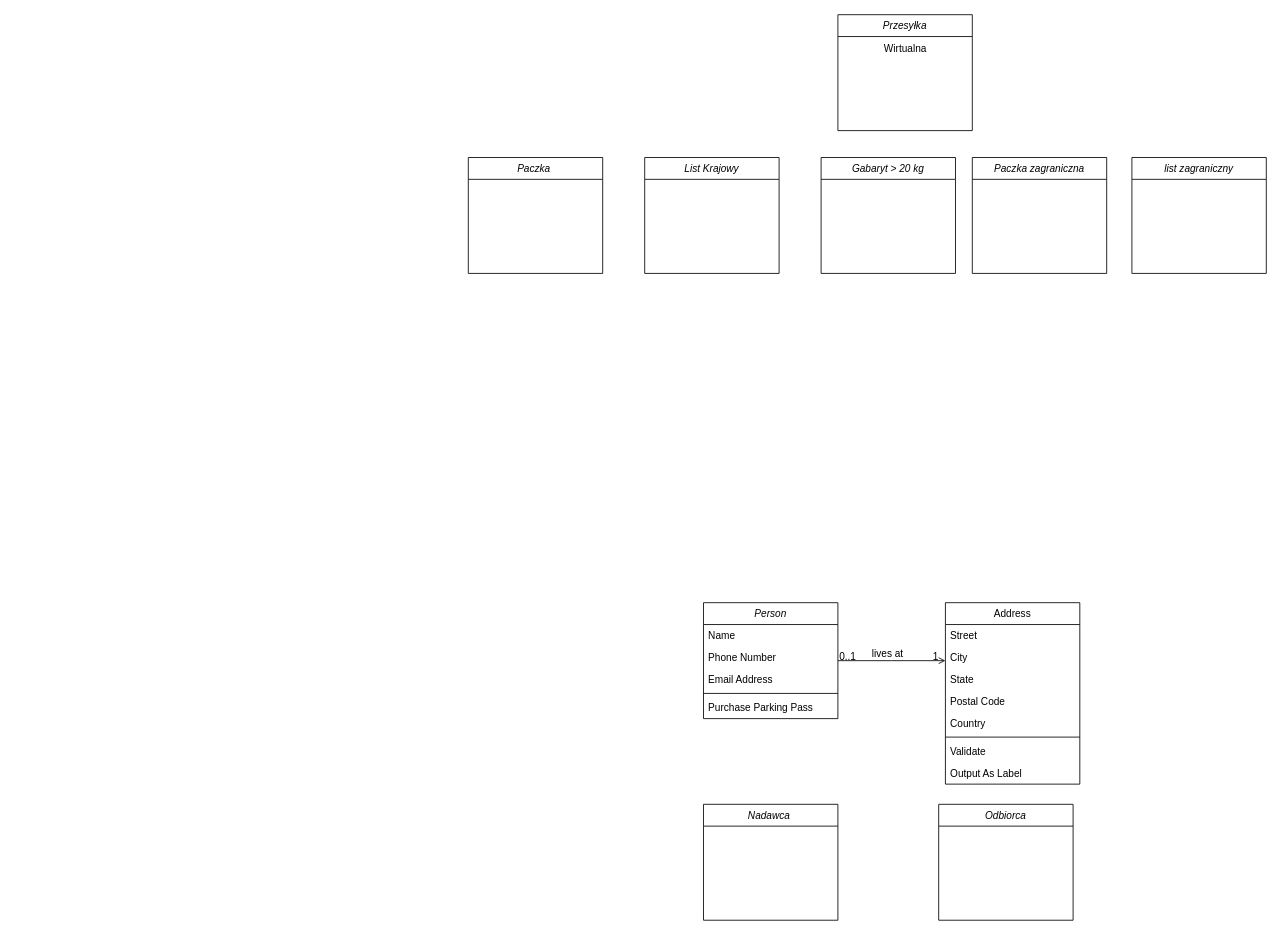
Q4tym/Projekt-PSiO keeps this draw.io diagram as UML.drawio. Above is the earlier version. Source tidied: cells renumbered, new cells numbered last; positions are measured from the earlier drawing's top-left corner, leaving out a move shared by most shapes. Both pictures are drawn from the tidied source at 84%, with x=0, y=0 at pixel (468, 14).
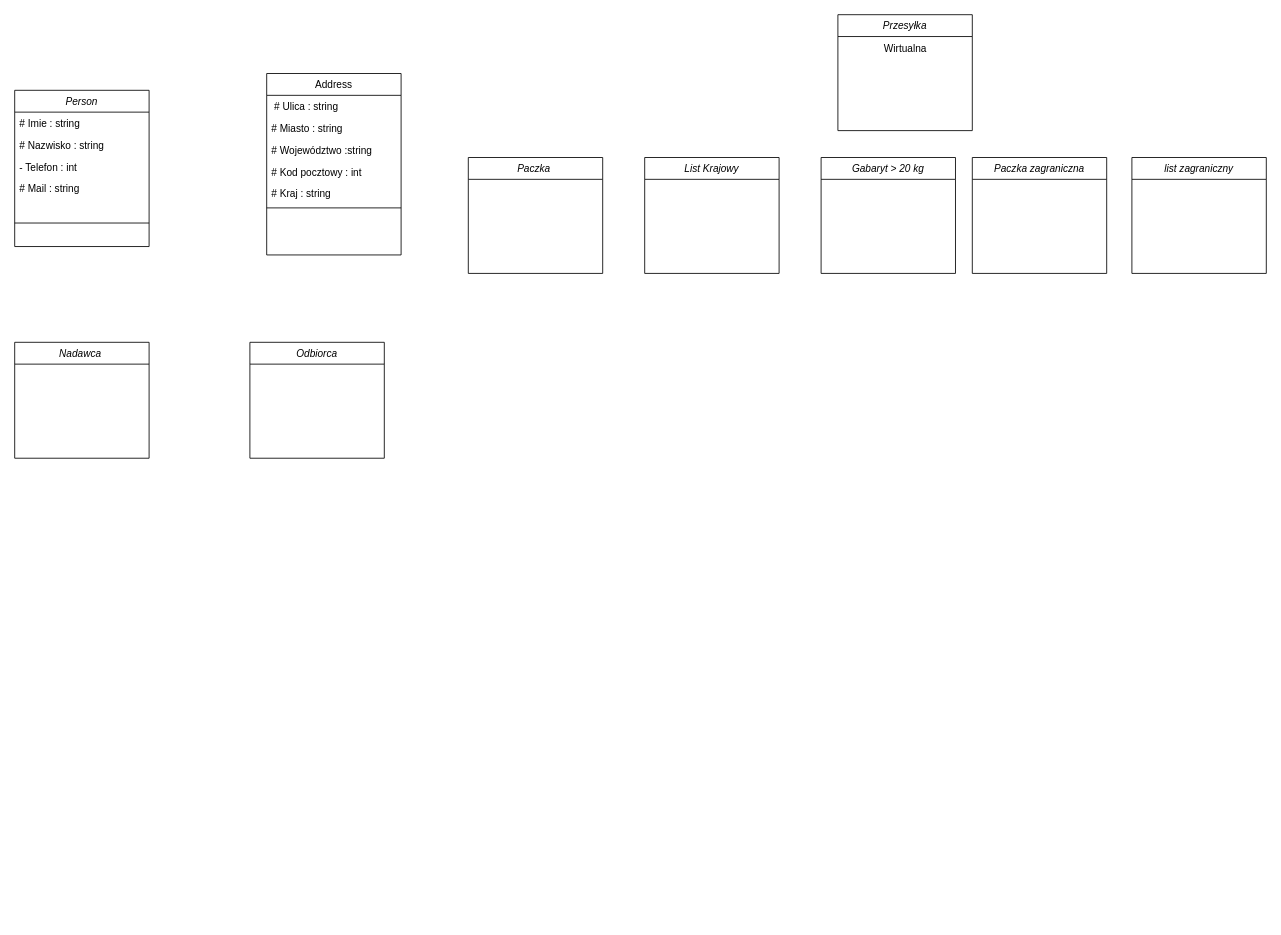
The same page after the edit.

The edit, as a diff of the source:
```diff
@@
     <mxCell id="2" value="Person" style="swimlane;fontStyle=2;align=center;verticalAlign=top;horizontal=1;startSize=26;rounded=0;shadow=0;strokeWidth=1;" parent="1" vertex="1">
-      <mxGeometry x="280" y="700" width="160" height="138" as="geometry" />
+      <mxGeometry x="-540" y="90" width="160" height="186" as="geometry" />
     </mxCell>
-    <mxCell id="3" value="Name" style="text;align=left;verticalAlign=top;spacingLeft=4;spacingRight=4;overflow=hidden;" parent="2" vertex="1">
+    <mxCell id="3" value="# Imie : string" style="text;align=left;verticalAlign=top;spacingLeft=4;spacingRight=4;overflow=hidden;" parent="2" vertex="1">
       <mxGeometry y="26" width="160" height="26" as="geometry" />
     </mxCell>
-    <mxCell id="4" value="Phone Number" style="text;align=left;verticalAlign=top;spacingLeft=4;spacingRight=4;overflow=hidden;rounded=0;shadow=0;html=0;" parent="2" vertex="1">
+    <mxCell id="4" value="# Nazwisko : string" style="text;align=left;verticalAlign=top;spacingLeft=4;spacingRight=4;overflow=hidden;rounded=0;shadow=0;html=0;" parent="2" vertex="1">
       <mxGeometry y="52" width="160" height="26" as="geometry" />
     </mxCell>
-    <mxCell id="5" value="Email Address" style="text;align=left;verticalAlign=top;spacingLeft=4;spacingRight=4;overflow=hidden;rounded=0;shadow=0;html=0;" parent="2" vertex="1">
+    <mxCell id="5" value="- Telefon : int" style="text;align=left;verticalAlign=top;spacingLeft=4;spacingRight=4;overflow=hidden;rounded=0;shadow=0;html=0;" parent="2" vertex="1">
       <mxGeometry y="78" width="160" height="26" as="geometry" />
     </mxCell>
+    <mxCell id="30" value="# Mail : string" style="text;align=left;verticalAlign=top;spacingLeft=4;spacingRight=4;overflow=hidden;rounded=0;shadow=0;html=0;" parent="2" vertex="1">
+      <mxGeometry y="104" width="160" height="26" as="geometry" />
+    </mxCell>
     <mxCell id="6" style="line;html=1;strokeWidth=1;align=left;verticalAlign=middle;spacingTop=-1;spacingLeft=3;spacingRight=3;labelPosition=right;" parent="2" vertex="1">
-      <mxGeometry y="104" width="160" height="8" as="geometry" />
+      <mxGeometry y="130" width="160" height="56" as="geometry" />
     </mxCell>
-    <mxCell id="7" value="Purchase Parking Pass" style="text;align=left;verticalAlign=top;spacingLeft=4;spacingRight=4;overflow=hidden;" parent="2" vertex="1">
-      <mxGeometry y="112" width="160" height="26" as="geometry" />
-    </mxCell>
     <mxCell id="8" value="Address" style="swimlane;fontStyle=0;align=center;verticalAlign=top;horizontal=1;startSize=26;rounded=0;shadow=0;strokeWidth=1;" parent="1" vertex="1">
-      <mxGeometry x="568" y="700" width="160" height="216" as="geometry" />
+      <mxGeometry x="-240" y="70" width="160" height="216" as="geometry" />
     </mxCell>
-    <mxCell id="9" value="Street" style="text;align=left;verticalAlign=top;spacingLeft=4;spacingRight=4;overflow=hidden;" parent="8" vertex="1">
+    <mxCell id="9" value=" # Ulica : string" style="text;align=left;verticalAlign=top;spacingLeft=4;spacingRight=4;overflow=hidden;" parent="8" vertex="1">
       <mxGeometry y="26" width="160" height="26" as="geometry" />
     </mxCell>
-    <mxCell id="10" value="City" style="text;align=left;verticalAlign=top;spacingLeft=4;spacingRight=4;overflow=hidden;rounded=0;shadow=0;html=0;" parent="8" vertex="1">
+    <mxCell id="10" value="# Miasto : string" style="text;align=left;verticalAlign=top;spacingLeft=4;spacingRight=4;overflow=hidden;rounded=0;shadow=0;html=0;" parent="8" vertex="1">
       <mxGeometry y="52" width="160" height="26" as="geometry" />
     </mxCell>
-    <mxCell id="11" value="State" style="text;align=left;verticalAlign=top;spacingLeft=4;spacingRight=4;overflow=hidden;rounded=0;shadow=0;html=0;" parent="8" vertex="1">
+    <mxCell id="11" value="# Województwo :string" style="text;align=left;verticalAlign=top;spacingLeft=4;spacingRight=4;overflow=hidden;rounded=0;shadow=0;html=0;" parent="8" vertex="1">
       <mxGeometry y="78" width="160" height="26" as="geometry" />
     </mxCell>
-    <mxCell id="12" value="Postal Code" style="text;align=left;verticalAlign=top;spacingLeft=4;spacingRight=4;overflow=hidden;rounded=0;shadow=0;html=0;" parent="8" vertex="1">
+    <mxCell id="12" value="# Kod pocztowy : int" style="text;align=left;verticalAlign=top;spacingLeft=4;spacingRight=4;overflow=hidden;rounded=0;shadow=0;html=0;" parent="8" vertex="1">
       <mxGeometry y="104" width="160" height="26" as="geometry" />
     </mxCell>
-    <mxCell id="13" value="Country" style="text;align=left;verticalAlign=top;spacingLeft=4;spacingRight=4;overflow=hidden;rounded=0;shadow=0;html=0;" parent="8" vertex="1">
+    <mxCell id="13" value="# Kraj : string" style="text;align=left;verticalAlign=top;spacingLeft=4;spacingRight=4;overflow=hidden;rounded=0;shadow=0;html=0;" parent="8" vertex="1">
       <mxGeometry y="130" width="160" height="26" as="geometry" />
     </mxCell>
@@
-    <mxCell id="15" value="Validate" style="text;align=left;verticalAlign=top;spacingLeft=4;spacingRight=4;overflow=hidden;" parent="8" vertex="1">
-      <mxGeometry y="164" width="160" height="26" as="geometry" />
-    </mxCell>
-    <mxCell id="16" value="Output As Label" style="text;align=left;verticalAlign=top;spacingLeft=4;spacingRight=4;overflow=hidden;" parent="8" vertex="1">
-      <mxGeometry y="190" width="160" height="20" as="geometry" />
-    </mxCell>
-    <mxCell id="17" style="endArrow=open;shadow=0;strokeWidth=1;rounded=0;curved=0;endFill=1;edgeStyle=elbowEdgeStyle;elbow=vertical;" parent="1" edge="1" source="2" target="8">
-      <mxGeometry x="0.5" y="41" relative="1" as="geometry">
-        <mxPoint x="-40" y="32" as="offset" />
-      </mxGeometry>
-    </mxCell>
-    <mxCell id="18" value="0..1" style="align=left;verticalAlign=bottom;labelBackgroundColor=none;fontSize=12;" parent="17" vertex="1">
-      <mxGeometry x="-1" relative="1" as="geometry">
-        <mxPoint y="4" as="offset" />
-      </mxGeometry>
-    </mxCell>
-    <mxCell id="19" value="1" style="align=right;verticalAlign=bottom;labelBackgroundColor=none;fontSize=12;" parent="17" vertex="1">
-      <mxGeometry x="1" relative="1" as="geometry">
-        <mxPoint x="-7" y="4" as="offset" />
-      </mxGeometry>
-    </mxCell>
-    <mxCell id="20" value="lives at" style="text;html=1;align=center;verticalAlign=middle;labelBackgroundColor=none;rounded=0;shadow=0;strokeWidth=1;fontSize=12;" parent="17" vertex="1">
-      <mxGeometry x="0.5" y="49" relative="1" as="geometry">
-        <mxPoint x="-38" y="40" as="offset" />
-      </mxGeometry>
-    </mxCell>
@@
     <mxCell id="28" value="Nadawca " style="swimlane;fontStyle=2;align=center;verticalAlign=top;horizontal=1;startSize=26;rounded=0;shadow=0;strokeWidth=1;" parent="1" vertex="1">
-      <mxGeometry x="280" y="940" width="160" height="138" as="geometry" />
+      <mxGeometry x="-540" y="390" width="160" height="138" as="geometry" />
     </mxCell>
     <mxCell id="29" value="Odbiorca" style="swimlane;fontStyle=2;align=center;verticalAlign=top;horizontal=1;startSize=26;rounded=0;shadow=0;strokeWidth=1;" parent="1" vertex="1">
-      <mxGeometry x="560" y="940" width="160" height="138" as="geometry" />
+      <mxGeometry x="-260" y="390" width="160" height="138" as="geometry" />
     </mxCell>
```
